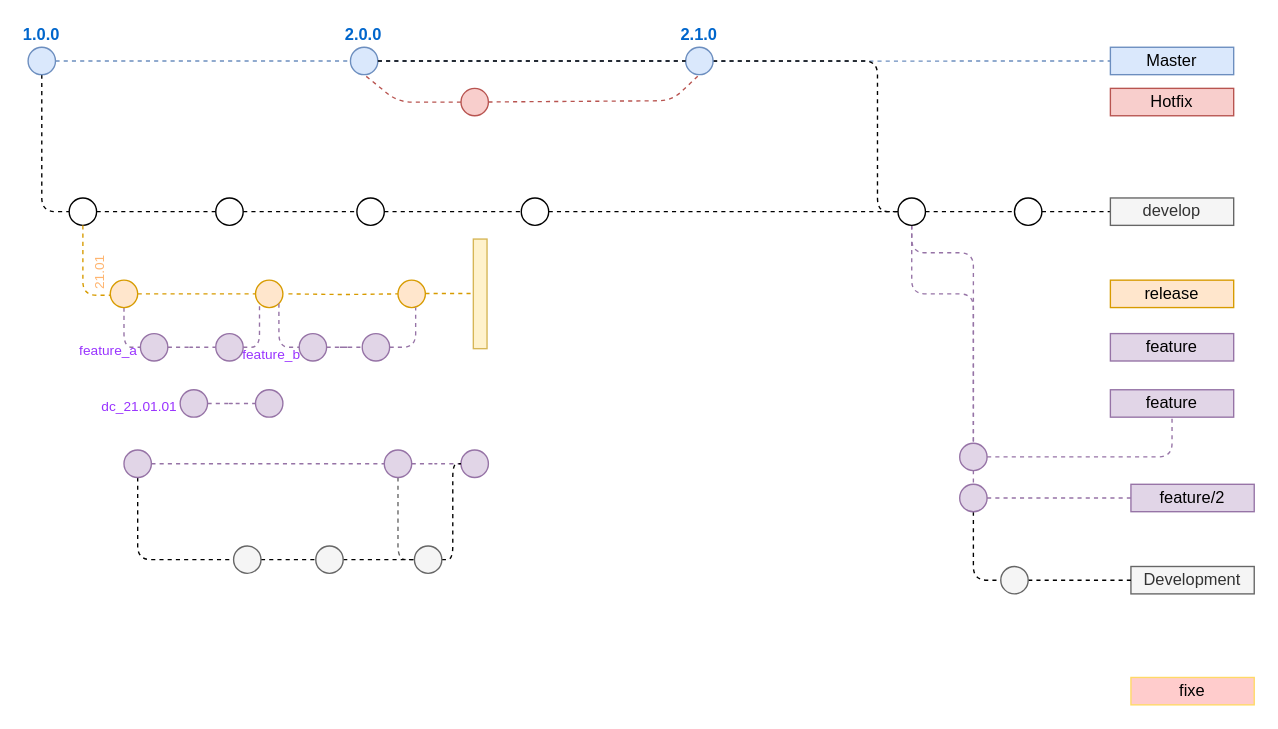
The draw.io diagram page "myway-roa-gitflow" (4 of 4) of Untitled Diagram.drawio in salmen/gitflowdiagram, before the edit. Source tidied: cells renumbered, new cells numbered last; positions are measured from the earlier drawing's top-left corner, leaving out a move shared by most shapes. Both pictures are drawn from the tidied source at 137%, with x=0, y=0 at pixel (27, 47).
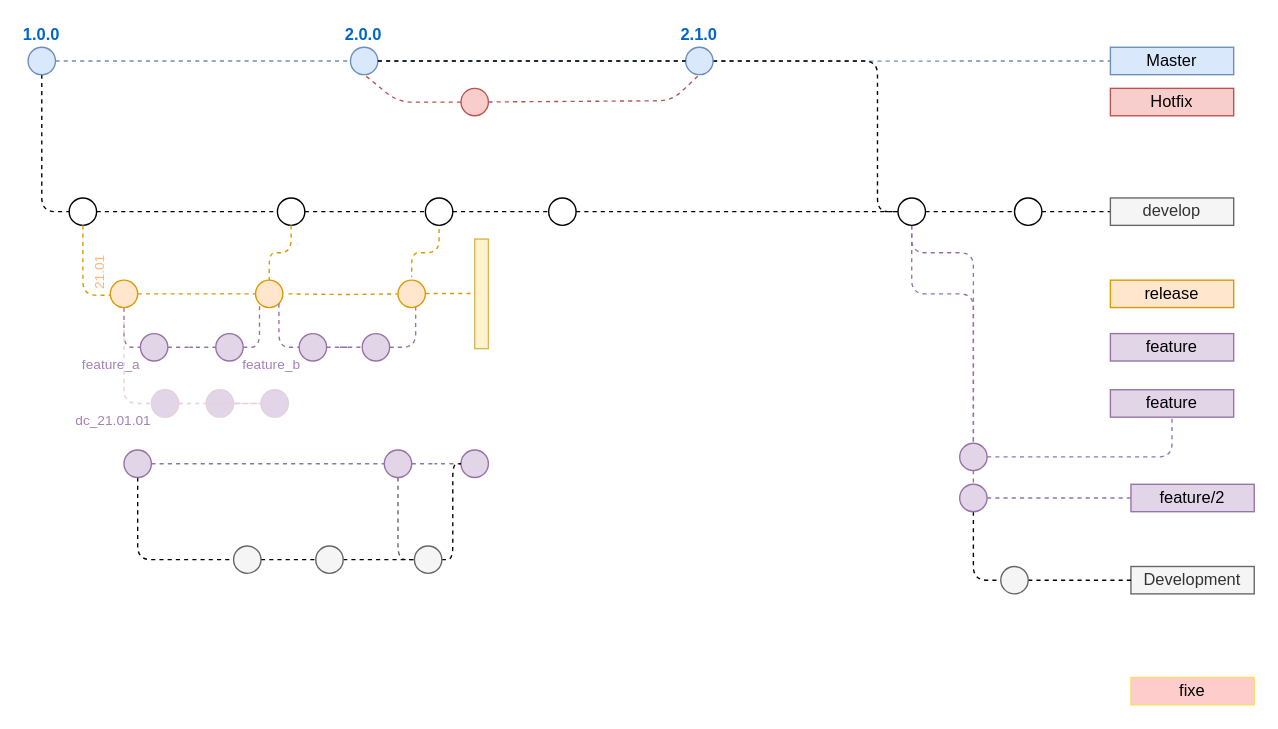
The same diagram, later.

Commit message:
ajout branche dc.drawio

The change refers to these unchanged cells:
```xml
<mxCell id="63" value="&lt;br&gt;" style="ellipse;whiteSpace=wrap;html=1;fontSize=10;labelPosition=center;verticalLabelPosition=top;align=center;verticalAlign=bottom;fillColor=#ffe6cc;strokeColor=#d79b00;fontColor=#FFB570;" parent="1" vertex="1">
  <mxGeometry x="270" y="170" width="20" height="20" as="geometry" />
</mxCell>
<mxCell id="64" style="ellipse;whiteSpace=wrap;html=1;fontSize=10;fillColor=#ffe6cc;strokeColor=#d79b00;" parent="1" vertex="1">
  <mxGeometry x="166" y="170" width="20" height="20" as="geometry" />
</mxCell>
```

Change to the diagram source:
```diff
@@
     <mxCell id="14" style="ellipse;whiteSpace=wrap;html=1;fillColor=#FFFFFF;" parent="1" vertex="1">
-      <mxGeometry x="137" y="110" width="20" height="20" as="geometry" />
+      <mxGeometry x="182" y="110" width="20" height="20" as="geometry" />
     </mxCell>
@@
     <mxCell id="16" style="ellipse;whiteSpace=wrap;html=1;fillColor=#FFFFFF;" parent="1" vertex="1">
-      <mxGeometry x="240" y="110" width="20" height="20" as="geometry" />
+      <mxGeometry x="290" y="110" width="20" height="20" as="geometry" />
     </mxCell>
@@
     <mxCell id="19" style="ellipse;whiteSpace=wrap;html=1;fillColor=#FFFFFF;" parent="1" vertex="1">
-      <mxGeometry x="360" y="110" width="20" height="20" as="geometry" />
+      <mxGeometry x="380" y="110" width="20" height="20" as="geometry" />
     </mxCell>
@@
-    <mxCell id="56" value="&lt;div style=&quot;text-align: justify&quot;&gt;&lt;span&gt;feature_a&lt;/span&gt;&lt;/div&gt;" style="ellipse;whiteSpace=wrap;html=1;fontSize=10;fillColor=#e1d5e7;strokeColor=#9673a6;fontColor=#9933FF;verticalAlign=top;labelPosition=left;verticalLabelPosition=middle;align=right;horizontal=1;" parent="1" vertex="1">
+    <mxCell id="56" value="&lt;div style=&quot;text-align: justify&quot;&gt;&lt;span&gt;feature_a&lt;/span&gt;&lt;/div&gt;" style="ellipse;whiteSpace=wrap;html=1;fontSize=10;fillColor=#e1d5e7;strokeColor=#9673a6;verticalAlign=top;labelPosition=left;verticalLabelPosition=bottom;align=right;horizontal=1;fontColor=#A680B8;spacing=0;spacingBottom=2;spacingLeft=0;spacingTop=-8;" parent="1" vertex="1">
       <mxGeometry x="82" y="209" width="20" height="20" as="geometry" />
     </mxCell>
@@
-    <mxCell id="71" value="&lt;div style=&quot;text-align: justify&quot;&gt;&lt;span&gt;feature_b&lt;/span&gt;&lt;/div&gt;" style="ellipse;whiteSpace=wrap;html=1;fontSize=10;fillColor=#e1d5e7;strokeColor=#9673a6;fontColor=#9933FF;verticalAlign=top;labelPosition=left;verticalLabelPosition=middle;align=right;horizontal=1;spacingTop=5;spacingLeft=11;spacingRight=-1;spacing=0;" parent="1" vertex="1">
+    <mxCell id="71" value="&lt;div style=&quot;text-align: justify&quot;&gt;&lt;span&gt;feature_b&lt;/span&gt;&lt;/div&gt;" style="ellipse;whiteSpace=wrap;html=1;fontSize=10;fillColor=#e1d5e7;strokeColor=#9673a6;verticalAlign=top;labelPosition=left;verticalLabelPosition=bottom;align=right;horizontal=1;spacingTop=-8;spacingLeft=11;spacingRight=-1;spacing=0;fontColor=#A680B8;" parent="1" vertex="1">
       <mxGeometry x="197.9" y="209" width="20" height="20" as="geometry" />
     </mxCell>
@@
     <mxCell id="73" style="html=1;points=[];perimeter=orthogonalPerimeter;strokeColor=#d6b656;fillColor=#fff2cc;" parent="1" vertex="1">
-      <mxGeometry x="325" y="140" width="10" height="80" as="geometry" />
+      <mxGeometry x="326" y="140" width="10" height="80" as="geometry" />
     </mxCell>
@@
-    <mxCell id="75" style="edgeStyle=orthogonalEdgeStyle;rounded=1;jettySize=auto;html=1;dashed=1;endArrow=none;endFill=0;fontSize=10;fontColor=#FFB570;fillColor=#e1d5e7;strokeColor=#9673a6;" parent="1" edge="1" source="77" target="76">
-      <mxGeometry relative="1" as="geometry" />
-    </mxCell>
+    <mxCell id="79" style="edgeStyle=orthogonalEdgeStyle;rounded=0;jettySize=auto;html=1;strokeColor=#E6D0DE;fontColor=#A680B8;endArrow=none;endFill=0;dashed=1;" parent="1" edge="1" source="76" target="81">
+      <mxGeometry relative="1" as="geometry" />
+    </mxCell>
-    <mxCell id="76" style="ellipse;whiteSpace=wrap;html=1;fontSize=10;fillColor=#e1d5e7;strokeColor=#9673a6;" parent="1" vertex="1">
-      <mxGeometry x="166" y="250" width="20" height="20" as="geometry" />
+    <mxCell id="76" style="ellipse;whiteSpace=wrap;html=1;fontSize=10;fillColor=#e1d5e7;strokeColor=#E6D0DE;" parent="1" vertex="1">
+      <mxGeometry x="130" y="250" width="20" height="20" as="geometry" />
     </mxCell>
-    <mxCell id="77" value="&lt;div style=&quot;text-align: justify&quot;&gt;&lt;span&gt;dc_21.01.01&lt;/span&gt;&lt;/div&gt;" style="ellipse;whiteSpace=wrap;html=1;fontSize=10;fillColor=#e1d5e7;strokeColor=#9673a6;fontColor=#9933FF;verticalAlign=top;labelPosition=left;verticalLabelPosition=middle;align=right;horizontal=1;" parent="1" vertex="1">
-      <mxGeometry x="111" y="250" width="20" height="20" as="geometry" />
+    <mxCell id="77" value="&lt;div style=&quot;text-align: justify&quot;&gt;&lt;span&gt;dc_21.01.01&lt;/span&gt;&lt;/div&gt;" style="ellipse;whiteSpace=wrap;html=1;fontSize=10;fillColor=#e1d5e7;verticalAlign=top;labelPosition=left;verticalLabelPosition=bottom;align=right;horizontal=1;fontColor=#A680B8;spacing=0;spacingBottom=0;spacingTop=-8;strokeColor=#E6D0DE;" parent="1" vertex="1">
+      <mxGeometry x="90" y="250" width="20" height="20" as="geometry" />
     </mxCell>
@@
+    <mxCell id="80" style="edgeStyle=orthogonalEdgeStyle;rounded=1;jettySize=auto;html=1;dashed=1;endArrow=none;endFill=0;fontSize=10;fontColor=#FFB570;fillColor=#e1d5e7;entryX=0;entryY=0.5;entryDx=0;entryDy=0;strokeColor=#E6D0DE;" parent="1" edge="1" target="77">
+      <mxGeometry relative="1" as="geometry">
+        <mxPoint x="70" y="200" as="sourcePoint" />
+        <Array as="points">
+          <mxPoint x="70" y="260" />
+        </Array>
+      </mxGeometry>
+    </mxCell>
+    <mxCell id="75" style="edgeStyle=orthogonalEdgeStyle;rounded=1;jettySize=auto;html=1;dashed=1;endArrow=none;endFill=0;fontSize=10;fontColor=#FFB570;fillColor=#e1d5e7;entryX=0;entryY=0.5;entryDx=0;entryDy=0;strokeColor=#E6D0DE;exitX=1;exitY=0.5;exitDx=0;exitDy=0;" parent="1" edge="1" source="77" target="76">
+      <mxGeometry relative="1" as="geometry">
+        <Array as="points">
+          <mxPoint x="160" y="260" />
+          <mxPoint x="160" y="260" />
+        </Array>
+      </mxGeometry>
+    </mxCell>
+    <mxCell id="81" style="ellipse;whiteSpace=wrap;html=1;fontSize=10;fillColor=#e1d5e7;strokeColor=#E6D0DE;" parent="1" vertex="1">
+      <mxGeometry x="170" y="250" width="20" height="20" as="geometry" />
+    </mxCell>
+    <mxCell id="82" style="edgeStyle=orthogonalEdgeStyle;rounded=1;jettySize=auto;html=1;dashed=1;endArrow=none;endFill=0;fontSize=10;fontColor=#FFB570;fillColor=#ffe6cc;strokeColor=#d79b00;entryX=0.5;entryY=0;entryDx=0;entryDy=0;exitX=0.5;exitY=1;exitDx=0;exitDy=0;" parent="1" edge="1" source="14" target="64">
+      <mxGeometry relative="1" as="geometry" />
+    </mxCell>
+    <mxCell id="83" style="edgeStyle=orthogonalEdgeStyle;rounded=1;jettySize=auto;html=1;dashed=1;endArrow=none;endFill=0;fontSize=10;fontColor=#FFB570;fillColor=#ffe6cc;strokeColor=#d79b00;entryX=0.5;entryY=-0.117;entryDx=0;entryDy=0;exitX=0.5;exitY=1.133;exitDx=0;exitDy=0;exitPerimeter=0;entryPerimeter=0;" parent="1" edge="1" source="16" target="63">
+      <mxGeometry relative="1" as="geometry" />
+    </mxCell>
```
